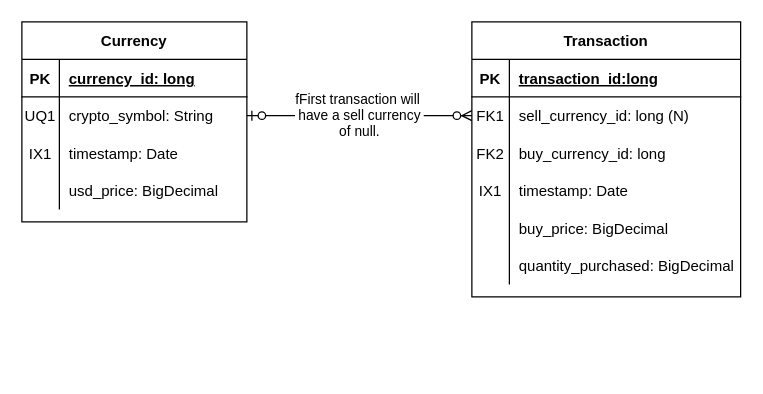
Before: docs/saves/entity-relationships.drawio in jeremybrown505/investmentz, a draw.io diagram. Source tidied: cells renumbered, new cells numbered last; positions are measured from the earlier drawing's top-left corner, leaving out a move shared by most shapes. Both pictures are drawn from the tidied source at 125%, with x=0, y=0 at pixel (21, 21).
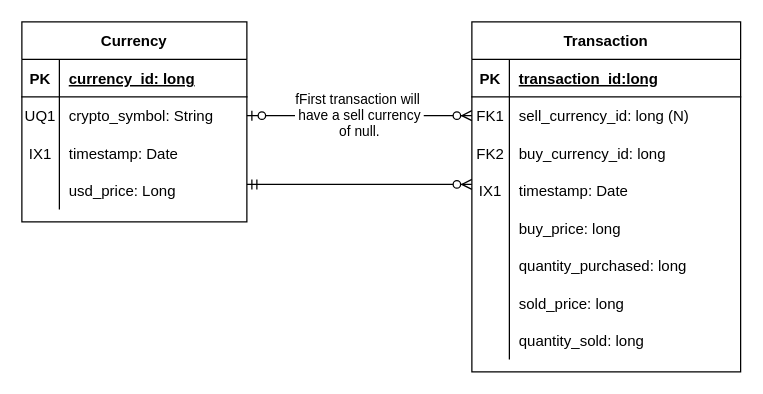
Above is the later version.

The change refers to these unchanged cells:
```xml
<mxCell id="12" style="shape=partialRectangle;fillColor=none;top=0;left=0;bottom=0;right=0;" parent="2" vertex="1">
  <mxGeometry y="120" width="180" height="30" as="geometry" />
</mxCell>
<mxCell id="29" style="shape=partialRectangle;fillColor=none;top=0;left=0;bottom=0;right=0;" parent="16" vertex="1">
  <mxGeometry y="150" width="215" height="30" as="geometry" />
</mxCell>
<mxCell id="32" style="shape=partialRectangle;fillColor=none;top=0;left=0;bottom=0;right=0;" parent="16" vertex="1">
  <mxGeometry y="180" width="215" height="30" as="geometry" />
</mxCell>
```

What changed in the source:
```diff
@@
-    <mxCell id="14" value="usd_price: BigDecimal" style="shape=partialRectangle;fillColor=none;top=0;left=0;bottom=0;right=0;align=left;spacingLeft=6;overflow=hidden;" parent="12" vertex="1">
+    <mxCell id="14" value="usd_price: Long" style="shape=partialRectangle;fillColor=none;top=0;left=0;bottom=0;right=0;align=left;spacingLeft=6;overflow=hidden;" parent="12" vertex="1">
       <mxGeometry x="30" width="150" height="30" as="geometry" />
     </mxCell>
@@
     <mxCell id="16" value="Transaction" style="shape=table;startSize=30;childLayout=tableLayout;rowLines=0;fontStyle=1;align=center;" parent="1" vertex="1">
-      <mxGeometry x="360" width="215" height="220" as="geometry" />
+      <mxGeometry x="360" width="215" height="280" as="geometry" />
     </mxCell>
@@
-    <mxCell id="31" value="buy_price: BigDecimal" style="shape=partialRectangle;fillColor=none;top=0;left=0;bottom=0;right=0;align=left;spacingLeft=6;overflow=hidden;" parent="29" vertex="1">
+    <mxCell id="31" value="buy_price: long" style="shape=partialRectangle;fillColor=none;top=0;left=0;bottom=0;right=0;align=left;spacingLeft=6;overflow=hidden;" parent="29" vertex="1">
       <mxGeometry x="30" width="185" height="30" as="geometry" />
     </mxCell>
@@
-    <mxCell id="34" value="quantity_purchased: BigDecimal" style="shape=partialRectangle;fillColor=none;top=0;left=0;bottom=0;right=0;align=left;spacingLeft=6;overflow=hidden;" parent="32" vertex="1">
+    <mxCell id="34" value="quantity_purchased: long" style="shape=partialRectangle;fillColor=none;top=0;left=0;bottom=0;right=0;align=left;spacingLeft=6;overflow=hidden;" parent="32" vertex="1">
       <mxGeometry x="30" width="185" height="30" as="geometry" />
     </mxCell>
+    <mxCell id="35" style="shape=partialRectangle;fillColor=none;top=0;left=0;bottom=0;right=0;" parent="16" vertex="1">
+      <mxGeometry y="210" width="215" height="30" as="geometry" />
+    </mxCell>
+    <mxCell id="36" style="shape=partialRectangle;fillColor=none;top=0;left=0;bottom=0;right=0;overflow=hidden;" parent="35" vertex="1">
+      <mxGeometry width="30" height="30" as="geometry" />
+    </mxCell>
+    <mxCell id="37" value="sold_price: long" style="shape=partialRectangle;fillColor=none;top=0;left=0;bottom=0;right=0;align=left;spacingLeft=6;overflow=hidden;" parent="35" vertex="1">
+      <mxGeometry x="30" width="185" height="30" as="geometry" />
+    </mxCell>
+    <mxCell id="38" style="shape=partialRectangle;fillColor=none;top=0;left=0;bottom=0;right=0;" parent="16" vertex="1">
+      <mxGeometry y="240" width="215" height="30" as="geometry" />
+    </mxCell>
+    <mxCell id="39" style="shape=partialRectangle;fillColor=none;top=0;left=0;bottom=0;right=0;overflow=hidden;" parent="38" vertex="1">
+      <mxGeometry width="30" height="30" as="geometry" />
+    </mxCell>
+    <mxCell id="40" value="quantity_sold: long" style="shape=partialRectangle;fillColor=none;top=0;left=0;bottom=0;right=0;align=left;spacingLeft=6;overflow=hidden;" parent="38" vertex="1">
+      <mxGeometry x="30" width="185" height="30" as="geometry" />
+    </mxCell>
+    <mxCell id="41" style="edgeStyle=orthogonalEdgeStyle;rounded=0;orthogonalLoop=1;jettySize=auto;html=1;entryX=0;entryY=0.5;entryDx=0;entryDy=0;startArrow=ERmandOne;startFill=0;endArrow=ERzeroToMany;endFill=1;" parent="1" edge="1">
+      <mxGeometry relative="1" as="geometry">
+        <mxPoint x="180" y="130" as="sourcePoint" />
+        <mxPoint x="360" y="130" as="targetPoint" />
+      </mxGeometry>
+    </mxCell>
```
